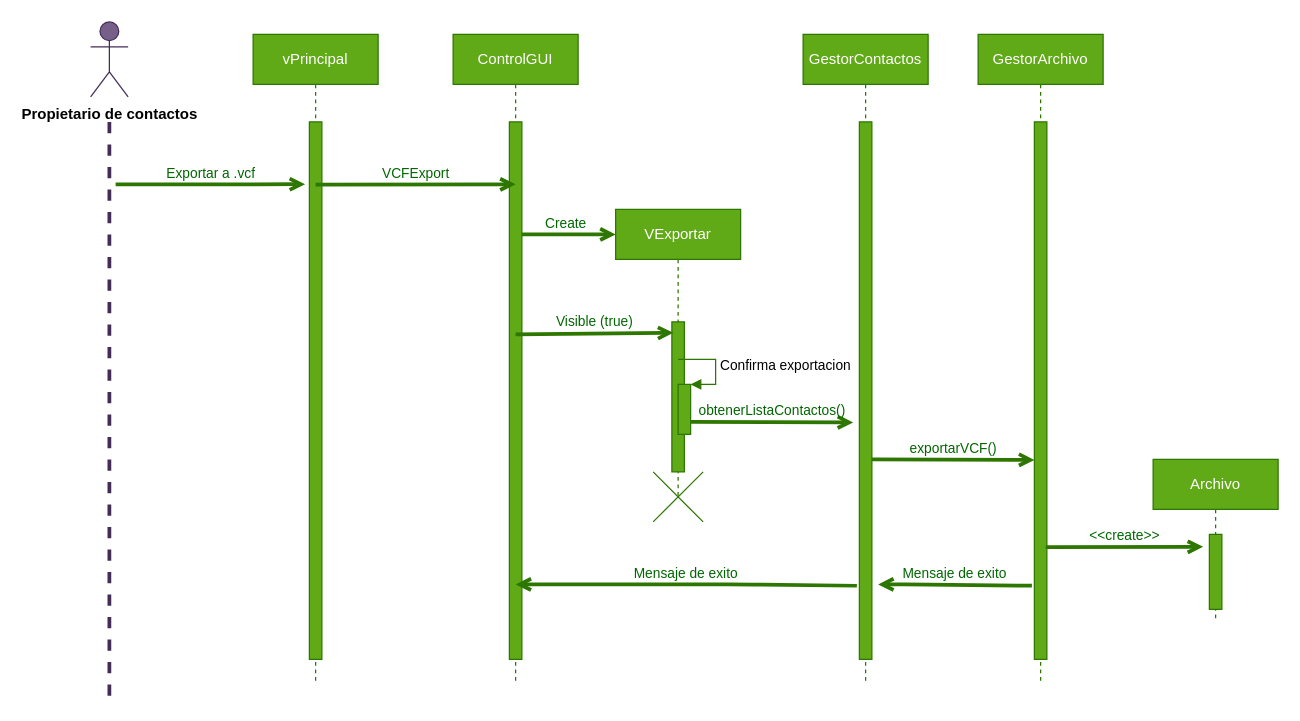
The draw.io diagram diagramas/diagramas de secuencia/secuenciaC3.drawio in JuanCarlosGarciaZepeda/SmartScheduler, before the edit. Source tidied: cells renumbered, new cells numbered last; positions are measured from the earlier drawing's top-left corner, leaving out a move shared by most shapes. Both pictures are drawn from the tidied source at 125%, with x=0, y=0 at pixel (90, 21).
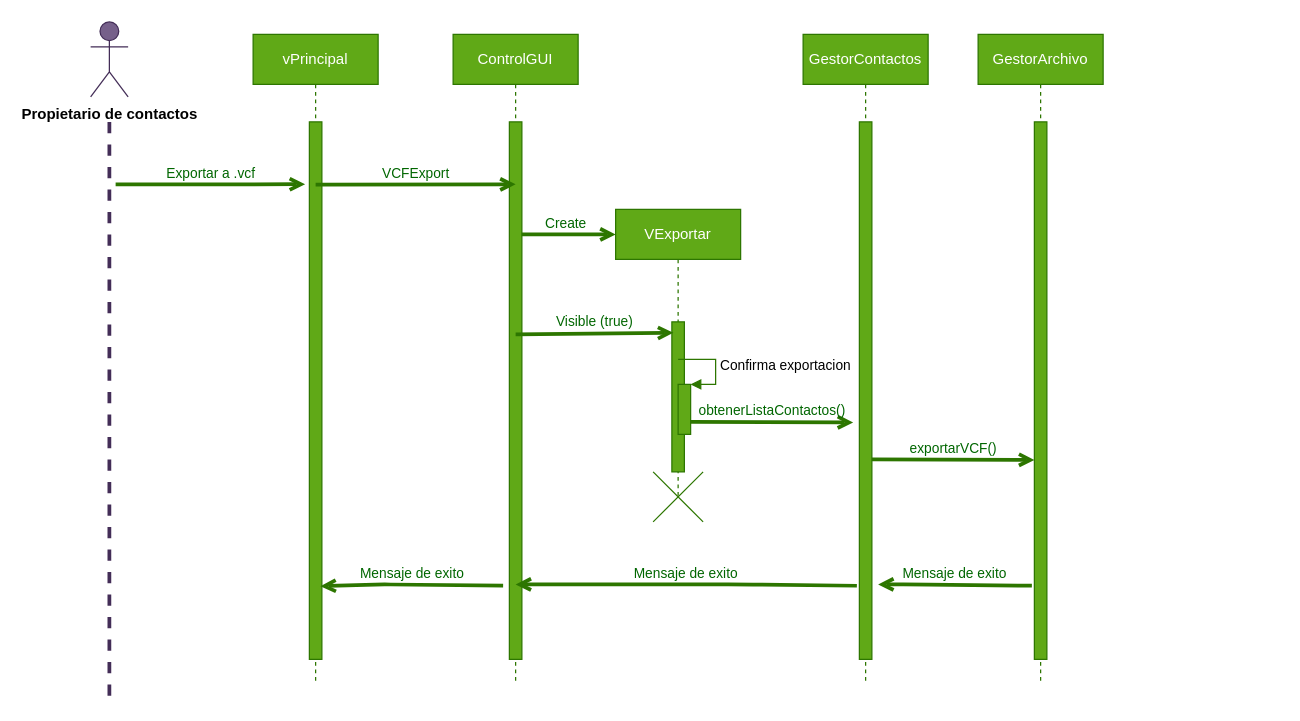
Above is the later version.

Commit message:
quite entidad archivo

The change refers to these unchanged cells:
```xml
<mxCell id="10" value="vPrincipal" style="shape=umlLifeline;perimeter=lifelinePerimeter;whiteSpace=wrap;html=1;outlineConnect=0;strokeColor=#2D7600;fillColor=#60a917;fontColor=#ffffff;" parent="1" vertex="1">
  <mxGeometry x="130" y="10" width="100" height="520" as="geometry" />
</mxCell>
<mxCell id="21" style="html=1;points=[];perimeter=orthogonalPerimeter;shadow=0;labelBackgroundColor=none;fontColor=#ffffff;fillColor=#60a917;strokeColor=#2D7600;" parent="20" vertex="1">
  <mxGeometry x="45" y="70" width="10" height="430" as="geometry" />
</mxCell>
```

Diff of the diagram source:
```diff
@@
-    <mxCell id="23" value="&amp;lt;&amp;lt;create&amp;gt;&amp;gt;" style="html=1;verticalAlign=bottom;labelBackgroundColor=none;endArrow=open;endFill=0;fontColor=#006600;strokeWidth=3;fillColor=#60a917;strokeColor=#2D7600;exitX=0.908;exitY=0.791;exitDx=0;exitDy=0;exitPerimeter=0;" parent="1" edge="1" source="21">
-      <mxGeometry relative="1" as="geometry">
-        <mxPoint x="890" y="420" as="targetPoint" />
-      </mxGeometry>
-    </mxCell>
-    <mxCell id="24" value="Archivo" style="shape=umlLifeline;perimeter=lifelinePerimeter;whiteSpace=wrap;html=1;shadow=0;labelBackgroundColor=none;fontColor=#ffffff;fillColor=#60a917;strokeColor=#2D7600;" parent="1" vertex="1">
-      <mxGeometry x="850" y="350" width="100" height="130" as="geometry" />
-    </mxCell>
-    <mxCell id="25" style="html=1;perimeter=orthogonalPerimeter;shadow=0;labelBackgroundColor=none;fontColor=#ffffff;fillColor=#60a917;strokeColor=#2D7600;" parent="24" vertex="1">
-      <mxGeometry x="45" y="60" width="10" height="60" as="geometry" />
-    </mxCell>
@@
+    <mxCell id="28" value="Mensaje de exito" style="html=1;verticalAlign=bottom;labelBackgroundColor=none;endArrow=open;endFill=0;fontColor=#006600;strokeWidth=3;fillColor=#60a917;strokeColor=#2D7600;entryX=0.538;entryY=0.849;entryDx=0;entryDy=0;entryPerimeter=0;" parent="1" edge="1" target="10">
+      <mxGeometry relative="1" as="geometry">
+        <mxPoint x="330" y="451" as="sourcePoint" />
+        <Array as="points">
+          <mxPoint x="230" y="450" />
+        </Array>
+      </mxGeometry>
+    </mxCell>
```
